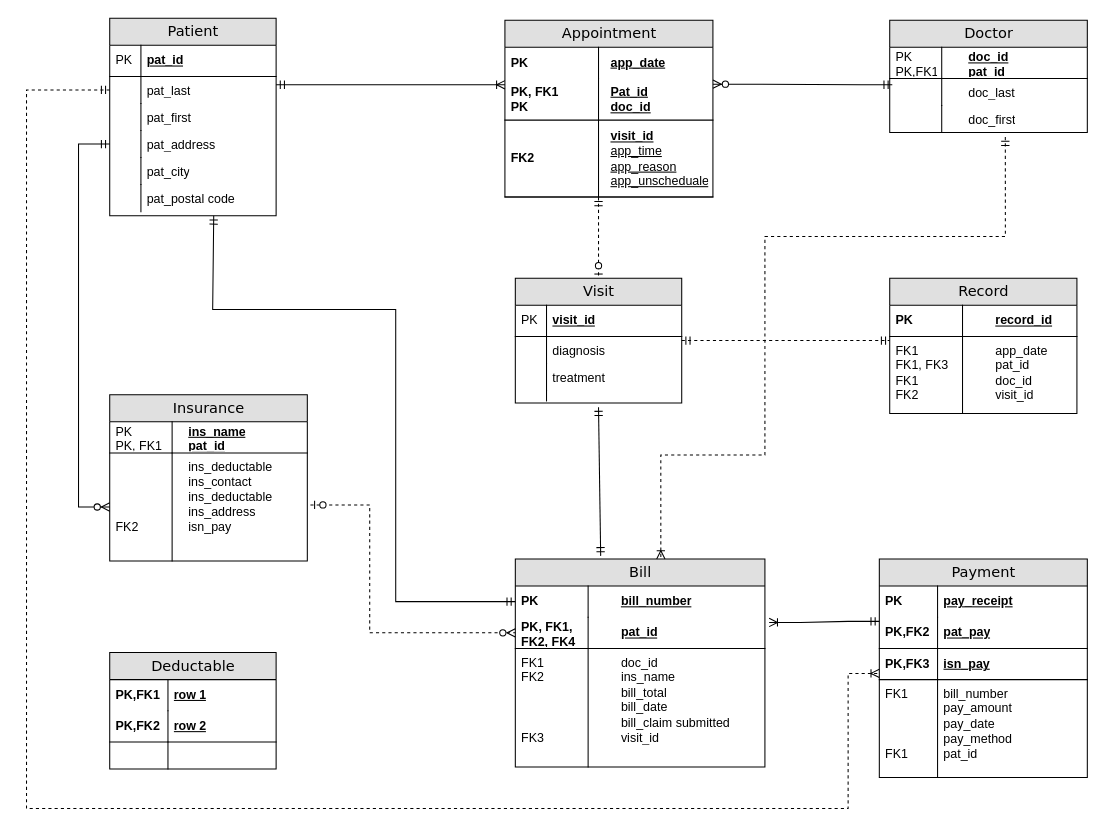
This is Untitled Diagram.drawio from mushyshah/Project-X, a draw.io file, before an edit. Source tidied: cells renumbered, new cells numbered last; positions are measured from the earlier drawing's top-left corner, leaving out a move shared by most shapes. Both pictures are drawn from the tidied source at 104%, with x=0, y=0 at pixel (26, 18).
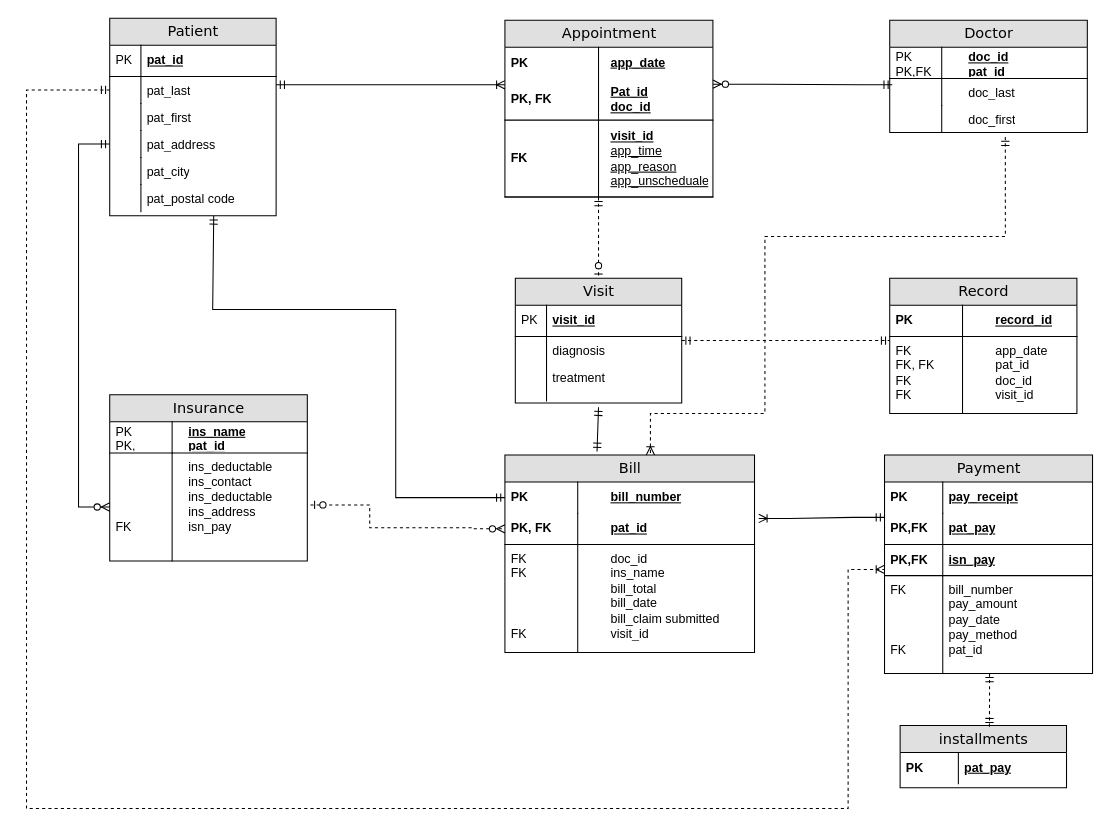
Above is the later version.

The change refers to these unchanged cells:
```xml
<mxCell id="5" value="&lt;blockquote style=&quot;margin: 0 0 0 40px; border: none; padding: 0px;&quot;&gt;Pat_id&lt;br&gt;doc_id&lt;/blockquote&gt;" style="shape=partialRectangle;top=0;left=0;right=0;bottom=1;html=1;align=left;verticalAlign=middle;fillColor=none;spacingLeft=60;spacingRight=4;whiteSpace=wrap;overflow=hidden;points=[[0,0.5],[1,0.5]];portConstraint=eastwest;fontStyle=5;" parent="2" vertex="1">
  <mxGeometry y="56" width="200" height="40" as="geometry" />
</mxCell>
<mxCell id="7" value="&lt;blockquote style=&quot;margin: 0 0 0 40px; border: none; padding: 0px;&quot;&gt;visit_id&lt;/blockquote&gt;&lt;blockquote style=&quot;margin: 0 0 0 40px; border: none; padding: 0px;&quot;&gt;&lt;span style=&quot;font-weight: normal;&quot;&gt;app_time&lt;/span&gt;&lt;/blockquote&gt;&lt;blockquote style=&quot;margin: 0 0 0 40px; border: none; padding: 0px;&quot;&gt;&lt;span style=&quot;font-weight: normal;&quot;&gt;app_reason&lt;/span&gt;&lt;/blockquote&gt;&lt;blockquote style=&quot;margin: 0 0 0 40px; border: none; padding: 0px;&quot;&gt;&lt;span style=&quot;font-weight: normal;&quot;&gt;app_unschedualed&lt;/span&gt;&lt;/blockquote&gt;" style="shape=partialRectangle;top=0;left=0;right=0;bottom=1;html=1;align=left;verticalAlign=middle;fillColor=none;spacingLeft=60;spacingRight=4;whiteSpace=wrap;overflow=hidden;points=[[0,0.5],[1,0.5]];portConstraint=eastwest;fontStyle=5;" parent="2" vertex="1">
  <mxGeometry y="96" width="200" height="74" as="geometry" />
</mxCell>
<mxCell id="10" value="&lt;blockquote style=&quot;margin: 0 0 0 40px; border: none; padding: 0px;&quot;&gt;doc_id&lt;br&gt;pat_id&lt;/blockquote&gt;" style="shape=partialRectangle;top=0;left=0;right=0;bottom=1;html=1;align=left;verticalAlign=middle;fillColor=none;spacingLeft=34;spacingRight=4;whiteSpace=wrap;overflow=hidden;fontStyle=5;" parent="9" vertex="1">
  <mxGeometry y="26" width="190" height="30" as="geometry" />
</mxCell>
<mxCell id="14" value="&lt;blockquote style=&quot;margin: 0 0 0 40px; border: none; padding: 0px;&quot;&gt;doc_first&lt;/blockquote&gt;" style="shape=partialRectangle;top=0;left=0;right=0;bottom=0;html=1;align=left;verticalAlign=top;fillColor=none;spacingLeft=34;spacingRight=4;whiteSpace=wrap;overflow=hidden;points=[[0,0.5],[1,0.5]];portConstraint=eastwest;" parent="9" vertex="1">
  <mxGeometry y="82" width="190" height="26" as="geometry" />
</mxCell>
<mxCell id="17" value="&lt;blockquote style=&quot;margin: 0 0 0 40px; border: none; padding: 0px;&quot;&gt;ins_name&lt;br&gt;pat_id&lt;/blockquote&gt;" style="shape=partialRectangle;top=0;left=0;right=0;bottom=1;html=1;align=left;verticalAlign=middle;fillColor=none;spacingLeft=34;spacingRight=4;whiteSpace=wrap;overflow=hidden;fontStyle=5;" parent="16" vertex="1">
  <mxGeometry y="26" width="190" height="30" as="geometry" />
</mxCell>
<mxCell id="19" value="&lt;blockquote style=&quot;margin: 0 0 0 40px; border: none; padding: 0px;&quot;&gt;ins_deductable&lt;/blockquote&gt;&lt;blockquote style=&quot;margin: 0 0 0 40px; border: none; padding: 0px;&quot;&gt;ins_contact&lt;/blockquote&gt;&lt;blockquote style=&quot;margin: 0 0 0 40px; border: none; padding: 0px;&quot;&gt;ins_deductable&lt;/blockquote&gt;&lt;blockquote style=&quot;margin: 0 0 0 40px; border: none; padding: 0px;&quot;&gt;ins_address&lt;/blockquote&gt;&lt;blockquote style=&quot;margin: 0 0 0 40px; border: none; padding: 0px;&quot;&gt;isn_pay&lt;/blockquote&gt;" style="shape=partialRectangle;top=0;left=0;right=0;bottom=0;html=1;align=left;verticalAlign=top;fillColor=none;spacingLeft=34;spacingRight=4;whiteSpace=wrap;overflow=hidden;points=[[0,0.5],[1,0.5]];portConstraint=eastwest;" parent="16" vertex="1">
  <mxGeometry y="56" width="190" height="104" as="geometry" />
</mxCell>
<mxCell id="28" style="shape=partialRectangle;top=0;left=0;right=0;bottom=0;html=1;align=left;verticalAlign=top;fillColor=none;spacingLeft=34;spacingRight=4;whiteSpace=wrap;overflow=hidden;points=[[0,0.5],[1,0.5]];portConstraint=eastwest;" parent="21" vertex="1">
  <mxGeometry y="108" width="160" height="10" as="geometry" />
</mxCell>
<mxCell id="33" value="&lt;blockquote style=&quot;margin: 0 0 0 40px; border: none; padding: 0px;&quot;&gt;app_date&lt;/blockquote&gt;&lt;blockquote style=&quot;margin: 0 0 0 40px; border: none; padding: 0px;&quot;&gt;pat_id&lt;/blockquote&gt;&lt;blockquote style=&quot;margin: 0 0 0 40px; border: none; padding: 0px;&quot;&gt;doc_id&lt;/blockquote&gt;&lt;blockquote style=&quot;margin: 0 0 0 40px; border: none; padding: 0px;&quot;&gt;visit_id&lt;/blockquote&gt;" style="shape=partialRectangle;top=0;left=0;right=0;bottom=0;html=1;align=left;verticalAlign=top;fillColor=none;spacingLeft=60;spacingRight=4;whiteSpace=wrap;overflow=hidden;points=[[0,0.5],[1,0.5]];portConstraint=eastwest;" parent="30" vertex="1">
  <mxGeometry y="56" width="180" height="74" as="geometry" />
</mxCell>
<mxCell id="45" value="pat_pay" style="shape=partialRectangle;top=0;left=0;right=0;bottom=1;html=1;align=left;verticalAlign=middle;fillColor=none;spacingLeft=60;spacingRight=4;whiteSpace=wrap;overflow=hidden;points=[[0,0.5],[1,0.5]];portConstraint=eastwest;fontStyle=5;" parent="42" vertex="1">
  <mxGeometry y="56" width="200" height="30" as="geometry" />
</mxCell>
<mxCell id="47" value="isn_pay" style="shape=partialRectangle;top=0;left=0;right=0;bottom=1;html=1;align=left;verticalAlign=middle;fillColor=none;spacingLeft=60;spacingRight=4;whiteSpace=wrap;overflow=hidden;points=[[0,0.5],[1,0.5]];portConstraint=eastwest;fontStyle=5;" parent="42" vertex="1">
  <mxGeometry y="86" width="200" height="30" as="geometry" />
</mxCell>
<mxCell id="49" value="bill_number&lt;br&gt;pay_amount&lt;br&gt;pay_date&lt;br&gt;pay_method&lt;br&gt;pat_id" style="shape=partialRectangle;top=0;left=0;right=0;bottom=0;html=1;align=left;verticalAlign=top;fillColor=none;spacingLeft=60;spacingRight=4;whiteSpace=wrap;overflow=hidden;points=[[0,0.5],[1,0.5]];portConstraint=eastwest;" parent="42" vertex="1">
  <mxGeometry y="116" width="200" height="94" as="geometry" />
</mxCell>
<mxCell id="52" value="&lt;blockquote style=&quot;margin: 0 0 0 40px; border: none; padding: 0px;&quot;&gt;bill_number&lt;/blockquote&gt;" style="shape=partialRectangle;top=0;left=0;right=0;bottom=0;html=1;align=left;verticalAlign=middle;fillColor=none;spacingLeft=60;spacingRight=4;whiteSpace=wrap;overflow=hidden;points=[[0,0.5],[1,0.5]];portConstraint=eastwest;fontStyle=5;" parent="51" vertex="1">
  <mxGeometry y="26" width="240" height="30" as="geometry" />
</mxCell>
<mxCell id="54" value="&lt;blockquote style=&quot;margin: 0 0 0 40px; border: none; padding: 0px;&quot;&gt;pat_id&lt;/blockquote&gt;" style="shape=partialRectangle;top=0;left=0;right=0;bottom=1;html=1;align=left;verticalAlign=middle;fillColor=none;spacingLeft=60;spacingRight=4;whiteSpace=wrap;overflow=hidden;points=[[0,0.5],[1,0.5]];portConstraint=eastwest;fontStyle=5;" parent="51" vertex="1">
  <mxGeometry y="56" width="240" height="30" as="geometry" />
</mxCell>
<mxCell id="61" value="pat_last" style="shape=partialRectangle;top=0;left=0;right=0;bottom=0;html=1;align=left;verticalAlign=top;fillColor=none;spacingLeft=34;spacingRight=4;whiteSpace=wrap;overflow=hidden;points=[[0,0.5],[1,0.5]];portConstraint=eastwest;" parent="58" vertex="1">
  <mxGeometry y="56" width="160" height="26" as="geometry" />
</mxCell>
<mxCell id="69" value="pat_postal code" style="shape=partialRectangle;top=0;left=0;right=0;bottom=0;html=1;align=left;verticalAlign=top;fillColor=none;spacingLeft=34;spacingRight=4;whiteSpace=wrap;overflow=hidden;points=[[0,0.5],[1,0.5]];portConstraint=eastwest;" parent="58" vertex="1">
  <mxGeometry y="160" width="160" height="26" as="geometry" />
</mxCell>
```

Diff of the diagram source:
```diff
@@
-    <mxCell id="6" value="PK, FK1&lt;br&gt;PK" style="shape=partialRectangle;fontStyle=1;top=0;left=0;bottom=0;html=1;fillColor=none;align=left;verticalAlign=middle;spacingLeft=4;spacingRight=4;whiteSpace=wrap;overflow=hidden;" parent="5" vertex="1">
+    <mxCell id="6" value="PK, FK" style="shape=partialRectangle;fontStyle=1;top=0;left=0;bottom=0;html=1;fillColor=none;align=left;verticalAlign=middle;spacingLeft=4;spacingRight=4;whiteSpace=wrap;overflow=hidden;" parent="5" vertex="1">
       <mxGeometry width="90" height="40" as="geometry" />
     </mxCell>
@@
-    <mxCell id="8" value="FK2" style="shape=partialRectangle;fontStyle=1;top=0;left=0;bottom=0;html=1;fillColor=none;align=left;verticalAlign=middle;spacingLeft=4;spacingRight=4;whiteSpace=wrap;overflow=hidden;" parent="7" vertex="1">
+    <mxCell id="8" value="FK" style="shape=partialRectangle;fontStyle=1;top=0;left=0;bottom=0;html=1;fillColor=none;align=left;verticalAlign=middle;spacingLeft=4;spacingRight=4;whiteSpace=wrap;overflow=hidden;" parent="7" vertex="1">
       <mxGeometry width="90" height="74" as="geometry" />
     </mxCell>
@@
-    <mxCell id="11" value="PK&lt;br&gt;PK,FK1" style="shape=partialRectangle;top=0;left=0;bottom=0;html=1;fillColor=none;align=left;verticalAlign=middle;spacingLeft=4;spacingRight=4;whiteSpace=wrap;overflow=hidden;" parent="10" vertex="1">
+    <mxCell id="11" value="PK&lt;br&gt;PK,FK" style="shape=partialRectangle;top=0;left=0;bottom=0;html=1;fillColor=none;align=left;verticalAlign=middle;spacingLeft=4;spacingRight=4;whiteSpace=wrap;overflow=hidden;" parent="10" vertex="1">
       <mxGeometry width="50" height="30" as="geometry" />
     </mxCell>
@@
-    <mxCell id="18" value="PK&lt;br&gt;PK, FK1" style="shape=partialRectangle;top=0;left=0;bottom=0;html=1;fillColor=none;align=left;verticalAlign=middle;spacingLeft=4;spacingRight=4;whiteSpace=wrap;overflow=hidden;" parent="17" vertex="1">
+    <mxCell id="18" value="PK&lt;br&gt;PK," style="shape=partialRectangle;top=0;left=0;bottom=0;html=1;fillColor=none;align=left;verticalAlign=middle;spacingLeft=4;spacingRight=4;whiteSpace=wrap;overflow=hidden;" parent="17" vertex="1">
       <mxGeometry width="60" height="30" as="geometry" />
     </mxCell>
@@
-    <mxCell id="20" value="&lt;br&gt;&lt;br&gt;&lt;br&gt;&lt;br&gt;FK2" style="shape=partialRectangle;top=0;left=0;bottom=0;html=1;fillColor=none;align=left;verticalAlign=top;spacingLeft=4;spacingRight=4;whiteSpace=wrap;overflow=hidden;" parent="19" vertex="1">
+    <mxCell id="20" value="&lt;br&gt;&lt;br&gt;&lt;br&gt;&lt;br&gt;FK" style="shape=partialRectangle;top=0;left=0;bottom=0;html=1;fillColor=none;align=left;verticalAlign=top;spacingLeft=4;spacingRight=4;whiteSpace=wrap;overflow=hidden;" parent="19" vertex="1">
       <mxGeometry width="60" height="104" as="geometry" />
     </mxCell>
@@
-    <mxCell id="34" value="FK1&lt;br&gt;FK1, FK3&lt;br&gt;FK1&lt;br&gt;FK2" style="shape=partialRectangle;top=0;left=0;bottom=0;html=1;fillColor=none;align=left;verticalAlign=top;spacingLeft=4;spacingRight=4;whiteSpace=wrap;overflow=hidden;" parent="33" vertex="1">
+    <mxCell id="34" value="FK&lt;br&gt;FK, FK&lt;br&gt;FK&lt;br&gt;FK" style="shape=partialRectangle;top=0;left=0;bottom=0;html=1;fillColor=none;align=left;verticalAlign=top;spacingLeft=4;spacingRight=4;whiteSpace=wrap;overflow=hidden;" parent="33" vertex="1">
       <mxGeometry width="70" height="74" as="geometry" />
     </mxCell>
-    <mxCell id="35" value="Deductable" style="swimlane;html=1;fontStyle=0;horizontal=1;startSize=26;fillColor=#e0e0e0;swimlaneFillColor=#ffffff;align=center;rounded=0;shadow=0;comic=0;labelBackgroundColor=none;strokeWidth=1;fontFamily=Verdana;fontSize=14;" parent="1" vertex="1">
-      <mxGeometry x="80" y="610" width="160" height="112" as="geometry" />
+    <mxCell id="35" value="installments" style="swimlane;html=1;fontStyle=0;horizontal=1;startSize=26;fillColor=#e0e0e0;swimlaneFillColor=#ffffff;align=center;rounded=0;shadow=0;comic=0;labelBackgroundColor=none;strokeWidth=1;fontFamily=Verdana;fontSize=14;" parent="1" vertex="1">
+      <mxGeometry x="840" y="680" width="160" height="60" as="geometry" />
     </mxCell>
-    <mxCell id="36" value="row 1" style="shape=partialRectangle;top=0;left=0;right=0;bottom=0;html=1;align=left;verticalAlign=middle;fillColor=none;spacingLeft=60;spacingRight=4;whiteSpace=wrap;overflow=hidden;fontStyle=5;" parent="35" vertex="1">
+    <mxCell id="36" value="pat_pay" style="shape=partialRectangle;top=0;left=0;right=0;bottom=0;html=1;align=left;verticalAlign=middle;fillColor=none;spacingLeft=60;spacingRight=4;whiteSpace=wrap;overflow=hidden;fontStyle=5;" parent="35" vertex="1">
       <mxGeometry y="26" width="160" height="30" as="geometry" />
     </mxCell>
-    <mxCell id="37" value="PK,FK1" style="shape=partialRectangle;fontStyle=1;top=0;left=0;bottom=0;html=1;fillColor=none;align=left;verticalAlign=middle;spacingLeft=4;spacingRight=4;whiteSpace=wrap;overflow=hidden;" parent="36" vertex="1">
+    <mxCell id="37" value="PK" style="shape=partialRectangle;fontStyle=1;top=0;left=0;bottom=0;html=1;fillColor=none;align=left;verticalAlign=middle;spacingLeft=4;spacingRight=4;whiteSpace=wrap;overflow=hidden;" parent="36" vertex="1">
       <mxGeometry width="56" height="30" as="geometry" />
     </mxCell>
-    <mxCell id="38" value="row 2" style="shape=partialRectangle;top=0;left=0;right=0;bottom=1;html=1;align=left;verticalAlign=middle;fillColor=none;spacingLeft=60;spacingRight=4;whiteSpace=wrap;overflow=hidden;fontStyle=5;" parent="35" vertex="1">
-      <mxGeometry y="56" width="160" height="30" as="geometry" />
-    </mxCell>
-    <mxCell id="39" value="PK,FK2" style="shape=partialRectangle;fontStyle=1;top=0;left=0;bottom=0;html=1;fillColor=none;align=left;verticalAlign=middle;spacingLeft=4;spacingRight=4;whiteSpace=wrap;overflow=hidden;" parent="38" vertex="1">
-      <mxGeometry width="56" height="30" as="geometry" />
-    </mxCell>
-    <mxCell id="40" style="shape=partialRectangle;top=0;left=0;right=0;bottom=0;html=1;align=left;verticalAlign=top;fillColor=none;spacingLeft=60;spacingRight=4;whiteSpace=wrap;overflow=hidden;" parent="35" vertex="1">
-      <mxGeometry y="86" width="160" height="26" as="geometry" />
-    </mxCell>
-    <mxCell id="41" style="shape=partialRectangle;top=0;left=0;bottom=0;html=1;fillColor=none;align=left;verticalAlign=top;spacingLeft=4;spacingRight=4;whiteSpace=wrap;overflow=hidden;" parent="40" vertex="1">
-      <mxGeometry width="56" height="26" as="geometry" />
-    </mxCell>
     <mxCell id="42" value="Payment" style="swimlane;html=1;fontStyle=0;horizontal=1;startSize=26;fillColor=#e0e0e0;swimlaneFillColor=#ffffff;align=center;rounded=0;shadow=0;comic=0;labelBackgroundColor=none;strokeWidth=1;fontFamily=Verdana;fontSize=14;" parent="1" vertex="1">
-      <mxGeometry x="820" y="520" width="200" height="210" as="geometry" />
+      <mxGeometry x="825" y="420" width="200" height="210" as="geometry" />
     </mxCell>
@@
-    <mxCell id="46" value="PK,FK2" style="shape=partialRectangle;fontStyle=1;top=0;left=0;bottom=0;html=1;fillColor=none;align=left;verticalAlign=middle;spacingLeft=4;spacingRight=4;whiteSpace=wrap;overflow=hidden;" parent="45" vertex="1">
+    <mxCell id="46" value="PK,FK" style="shape=partialRectangle;fontStyle=1;top=0;left=0;bottom=0;html=1;fillColor=none;align=left;verticalAlign=middle;spacingLeft=4;spacingRight=4;whiteSpace=wrap;overflow=hidden;" parent="45" vertex="1">
       <mxGeometry width="56" height="30" as="geometry" />
     </mxCell>
@@
-    <mxCell id="48" value="PK,FK3" style="shape=partialRectangle;fontStyle=1;top=0;left=0;bottom=0;html=1;fillColor=none;align=left;verticalAlign=middle;spacingLeft=4;spacingRight=4;whiteSpace=wrap;overflow=hidden;" parent="47" vertex="1">
+    <mxCell id="48" value="PK,FK" style="shape=partialRectangle;fontStyle=1;top=0;left=0;bottom=0;html=1;fillColor=none;align=left;verticalAlign=middle;spacingLeft=4;spacingRight=4;whiteSpace=wrap;overflow=hidden;" parent="47" vertex="1">
       <mxGeometry width="56" height="30" as="geometry" />
     </mxCell>
@@
-    <mxCell id="50" value="FK1&lt;br&gt;&lt;br&gt;&lt;br&gt;&lt;br&gt;FK1" style="shape=partialRectangle;top=0;left=0;bottom=0;html=1;fillColor=none;align=left;verticalAlign=top;spacingLeft=4;spacingRight=4;whiteSpace=wrap;overflow=hidden;" parent="49" vertex="1">
+    <mxCell id="50" value="FK&lt;br&gt;&lt;br&gt;&lt;br&gt;&lt;br&gt;FK" style="shape=partialRectangle;top=0;left=0;bottom=0;html=1;fillColor=none;align=left;verticalAlign=top;spacingLeft=4;spacingRight=4;whiteSpace=wrap;overflow=hidden;" parent="49" vertex="1">
       <mxGeometry width="56" height="94" as="geometry" />
     </mxCell>
     <mxCell id="51" value="Bill" style="swimlane;html=1;fontStyle=0;horizontal=1;startSize=26;fillColor=#e0e0e0;swimlaneFillColor=#ffffff;align=center;rounded=0;shadow=0;comic=0;labelBackgroundColor=none;strokeWidth=1;fontFamily=Verdana;fontSize=14;" parent="1" vertex="1">
-      <mxGeometry x="470" y="520" width="240" height="200" as="geometry" />
+      <mxGeometry x="460" y="420" width="240" height="190" as="geometry" />
     </mxCell>
@@
-    <mxCell id="55" value="PK, FK1, FK2, FK4" style="shape=partialRectangle;fontStyle=1;top=0;left=0;bottom=0;html=1;fillColor=none;align=left;verticalAlign=middle;spacingLeft=4;spacingRight=4;whiteSpace=wrap;overflow=hidden;" parent="54" vertex="1">
+    <mxCell id="55" value="PK, FK" style="shape=partialRectangle;fontStyle=1;top=0;left=0;bottom=0;html=1;fillColor=none;align=left;verticalAlign=middle;spacingLeft=4;spacingRight=4;whiteSpace=wrap;overflow=hidden;" parent="54" vertex="1">
       <mxGeometry width="70" height="30" as="geometry" />
     </mxCell>
     <mxCell id="56" value="&lt;blockquote style=&quot;margin: 0 0 0 40px; border: none; padding: 0px;&quot;&gt;doc_id&lt;br&gt;ins_name&lt;br&gt;bill_total&lt;br&gt;bill_date&lt;br&gt;bill_claim submitted&lt;br&gt;visit_id&lt;/blockquote&gt;" style="shape=partialRectangle;top=0;left=0;right=0;bottom=0;html=1;align=left;verticalAlign=top;fillColor=none;spacingLeft=60;spacingRight=4;whiteSpace=wrap;overflow=hidden;" parent="51" vertex="1">
-      <mxGeometry y="86" width="240" height="114" as="geometry" />
+      <mxGeometry y="86" width="240" height="104" as="geometry" />
     </mxCell>
-    <mxCell id="57" value="FK1&lt;br&gt;FK2&lt;br&gt;&lt;br&gt;&lt;br&gt;&lt;br&gt;FK3" style="shape=partialRectangle;top=0;left=0;bottom=0;html=1;fillColor=none;align=left;verticalAlign=top;spacingLeft=4;spacingRight=4;whiteSpace=wrap;overflow=hidden;" parent="56" vertex="1">
-      <mxGeometry width="70" height="114" as="geometry" />
+    <mxCell id="57" value="FK&lt;br&gt;FK&lt;br&gt;&lt;br&gt;&lt;br&gt;&lt;br&gt;FK" style="shape=partialRectangle;top=0;left=0;bottom=0;html=1;fillColor=none;align=left;verticalAlign=top;spacingLeft=4;spacingRight=4;whiteSpace=wrap;overflow=hidden;" parent="56" vertex="1">
+      <mxGeometry width="70" height="104" as="geometry" />
     </mxCell>
@@
-    <mxCell id="72" style="fontSize=12;html=1;endArrow=ERmandOne;startArrow=ERmandOne;rounded=0;exitX=0.342;exitY=-0.015;exitDx=0;exitDy=0;entryX=0.5;entryY=1.6;entryDx=0;entryDy=0;entryPerimeter=0;exitPerimeter=0;" parent="1" edge="1" source="51" target="28">
+    <mxCell id="72" style="fontSize=12;html=1;endArrow=ERmandOne;startArrow=ERmandOne;rounded=0;entryX=0.5;entryY=1.6;entryDx=0;entryDy=0;entryPerimeter=0;exitX=0.369;exitY=-0.018;exitDx=0;exitDy=0;exitPerimeter=0;" parent="1" edge="1" source="51" target="28">
       <mxGeometry relative="1" as="geometry" />
     </mxCell>
     <mxCell id="73" style="fontSize=12;html=1;endArrow=ERmandOne;startArrow=ERmandOne;rounded=0;exitX=0;exitY=0.5;exitDx=0;exitDy=0;edgeStyle=orthogonalEdgeStyle;entryX=0.625;entryY=1.154;entryDx=0;entryDy=0;entryPerimeter=0;" parent="1" edge="1" source="52" target="69">
       <mxGeometry relative="1" as="geometry">
         <Array as="points">
-          <mxPoint x="355" y="561" />
+          <mxPoint x="355" y="461" />
           <mxPoint x="355" y="280" />
           <mxPoint x="179" y="280" />
+          <mxPoint x="179" y="190" />
         </Array>
       </mxGeometry>
     </mxCell>
@@
     <mxCell id="76" style="fontSize=12;html=1;endArrow=ERzeroToMany;startArrow=ERzeroToOne;rounded=0;entryX=0;entryY=0.5;entryDx=0;entryDy=0;edgeStyle=orthogonalEdgeStyle;exitX=1.016;exitY=0.923;exitDx=0;exitDy=0;exitPerimeter=0;dashed=1;" parent="1" edge="1" target="54">
       <mxGeometry relative="1" as="geometry">
         <mxPoint x="273" y="468" as="sourcePoint" />
         <Array as="points">
           <mxPoint x="330" y="468" />
-          <mxPoint x="330" y="591" />
+          <mxPoint x="330" y="490" />
+          <mxPoint x="430" y="490" />
+          <mxPoint x="430" y="491" />
         </Array>
       </mxGeometry>
     </mxCell>
@@
     <mxCell id="78" style="edgeStyle=orthogonalEdgeStyle;fontSize=12;html=1;endArrow=ERoneToMany;startArrow=ERmandOne;rounded=0;exitX=0;exitY=0.5;exitDx=0;exitDy=0;entryX=0;entryY=0.8;entryDx=0;entryDy=0;entryPerimeter=0;dashed=1;" parent="1" edge="1" source="61" target="47">
       <mxGeometry relative="1" as="geometry">
         <Array as="points">
           <mxPoint y="69" />
           <mxPoint y="760" />
           <mxPoint x="790" y="760" />
-          <mxPoint x="790" y="630" />
+          <mxPoint x="790" y="530" />
         </Array>
       </mxGeometry>
     </mxCell>
@@
     <mxCell id="81" style="edgeStyle=orthogonalEdgeStyle;fontSize=12;html=1;endArrow=ERoneToMany;startArrow=ERmandOne;rounded=0;exitX=0.585;exitY=1.167;exitDx=0;exitDy=0;exitPerimeter=0;entryX=0.583;entryY=0;entryDx=0;entryDy=0;entryPerimeter=0;dashed=1;" parent="1" edge="1" source="14" target="51">
       <mxGeometry relative="1" as="geometry">
         <Array as="points">
           <mxPoint x="941" y="210" />
           <mxPoint x="710" y="210" />
-          <mxPoint x="710" y="420" />
-          <mxPoint x="610" y="420" />
+          <mxPoint x="710" y="380" />
+          <mxPoint x="600" y="380" />
         </Array>
       </mxGeometry>
     </mxCell>
+    <mxCell id="82" style="fontSize=12;html=1;endArrow=ERmandOne;startArrow=ERmandOne;rounded=0;dashed=1;entryX=0.505;entryY=1;entryDx=0;entryDy=0;entryPerimeter=0;exitX=0.537;exitY=0.021;exitDx=0;exitDy=0;exitPerimeter=0;" parent="1" edge="1" source="35" target="49">
+      <mxGeometry relative="1" as="geometry" />
+    </mxCell>
```
